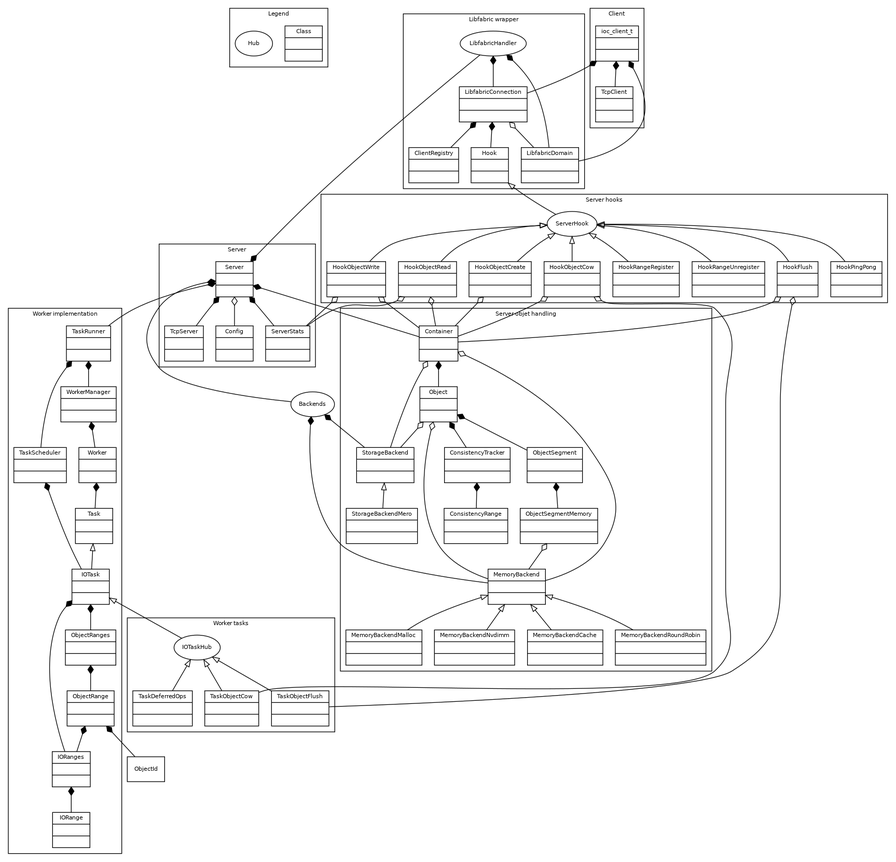
svalat/iocatcher keeps this Graphviz diagram as doc/_static/uml.png. Above is the earlier version. Its source is kept beside it as doc/_static/uml.dot.
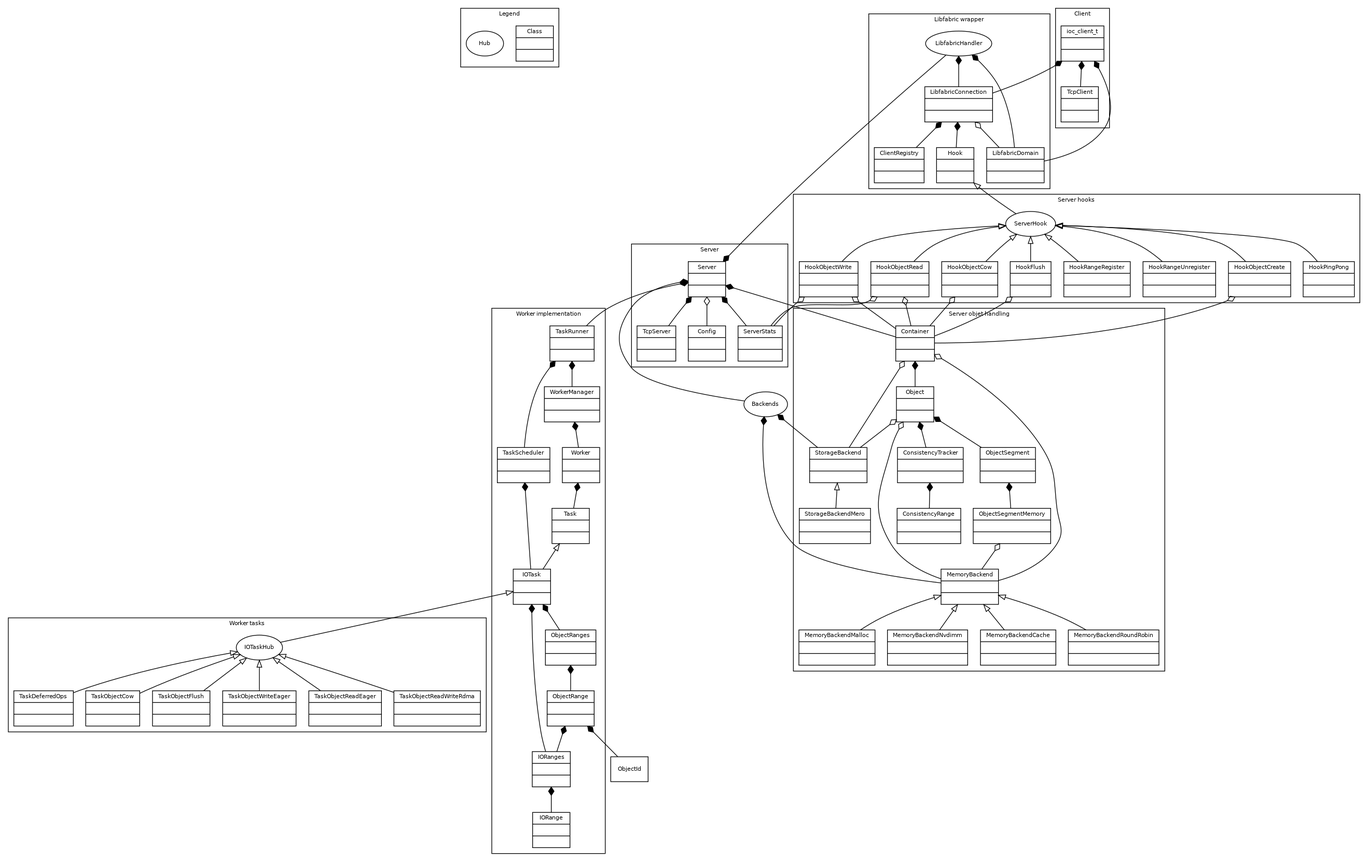
Above is the later version.

Commit message:
[worker] Update UML

Diff of the diagram source:
```diff
@@ -206,7 +206,34 @@
 		TaskObjectFlush [
 			label = "{TaskObjectFlush|\l|\l}"
 		]
+
+		TaskObjectWriteEager [
+			label = "{TaskObjectWriteEager|\l|\l}"
+		]
+
+		TaskObjectReadEager [
+			label = "{TaskObjectReadEager|\l|\l}"
+		]
+
+		TaskObjectReadWriteRdma [
+			label = "{TaskObjectReadWriteRdma|\l|\l}"
+		]
 	}
+
+	HubContainer [
+		label = "HubContainer"
+		shape = ellipse
+	]
+
+	HubContainerForHooks [
+		label = "HubContainerForHooks"
+		shape = ellipse
+	]
+
+	HubTask [
+		label = "HubTask"
+		shape = ellipse
+	]
 
 	subgraph cluster_worker {
 		label = "Worker implementation"
@@ -269,6 +296,9 @@
 	IOTaskHub -> TaskDeferredOps
 	IOTaskHub -> TaskObjectCow
 	IOTaskHub -> TaskObjectFlush
+	IOTaskHub -> TaskObjectReadEager
+	IOTaskHub -> TaskObjectWriteEager
+	IOTaskHub -> TaskObjectReadWriteRdma
 	IOTask -> IOTaskHub
 	Task -> IOTask
 
@@ -299,13 +329,15 @@
 	ioc_client_t -> TcpClient[arrowtail=diamond]
 	ioc_client_t -> LibfabricDomain[arrowtail=diamond]
 	ioc_client_t -> LibfabricConnection[arrowtail=diamond]
-	HookFlush -> Container[arrowtail=odiamond]
-	HookFlush -> TaskObjectFlush[arrowtail=odiamond]
-	HookObjectCreate -> Container[arrowtail=odiamond]
-	HookObjectCow -> Container[arrowtail=odiamond]
-	HookObjectCow -> TaskObjectCow[arrowtail=odiamond]
-	HookObjectRead -> Container[arrowtail=odiamond]
-	HookObjectWrite -> Container[arrowtail=odiamond]
+	HookFlush -> HubContainerForHooks[arrowtail=odiamond]
+	HookFlush -> HubTask[arrowtail=nonde]
+	HookObjectCreate -> HubContainerForHooks[arrowtail=odiamond]
+	HookObjectCow -> HubContainerForHooks[arrowtail=odiamond]
+	HookObjectCow -> HubTask[arrowtail=nonde]
+	HookObjectRead -> HubContainerForHooks[arrowtail=odiamond]
+	HookObjectRead -> HubTask[arrowtail=nonde]
+	HookObjectWrite -> HubContainerForHooks[arrowtail=odiamond]
+	HookObjectWrite -> HubTask[arrowtail=nonde]
 	HookObjectRead -> ServerStats[arrowtail=odiamond]
 	HookObjectWrite -> ServerStats[arrowtail=odiamond]
 	IORanges -> IORange[arrowtail=diamond]
@@ -319,4 +351,12 @@
 	Worker -> Task[arrowtail=diamond]
 	IOTask -> IORanges[arrowtail=diamond]
 	IOTask -> ObjectRanges[arrowtail=diamond]
+	TaskObjectCow -> HubContainer[arrowtail=odiamond]
+	TaskObjectFlush -> HubContainer[arrowtail=odiamond]
+	TaskObjectReadEager -> HubContainer[arrowtail=odiamond]
+	TaskObjectWriteEager -> HubContainer[arrowtail=odiamond]
+	TaskObjectReadWriteRdma -> HubContainer[arrowtail=odiamond]
+	HubContainer  -> Container[arrowtail=odiamond]
+	HubContainerForHooks  -> Container[arrowtail=odiamond]
+	HubTask -> IOTaskHub[arrowtail=nonde]
 }
```
